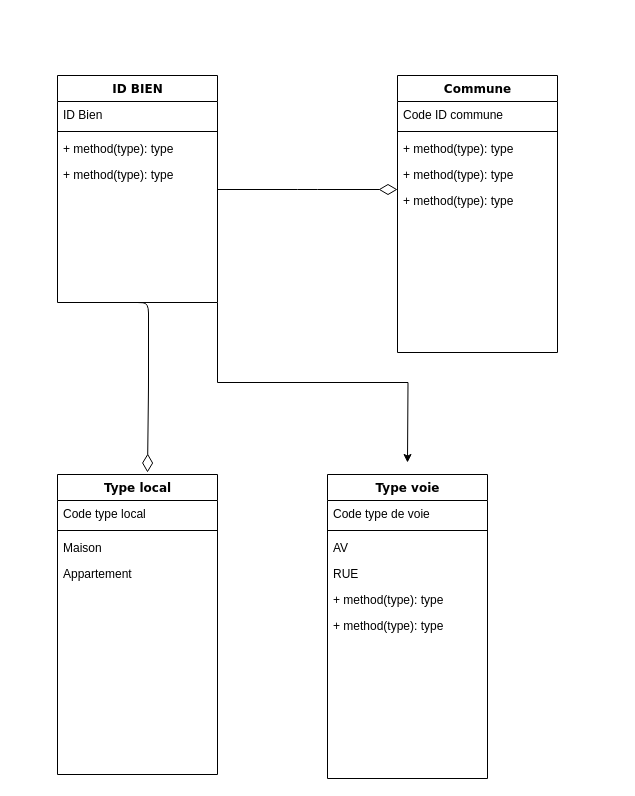
louzhixin/bootstrap keeps this draw.io diagram as .github/ISSUE_TEMPLATE/Untitled Diagram.drawio. Above is the earlier version. Source tidied: cells renumbered, new cells numbered last; positions are measured from the earlier drawing's top-left corner, leaving out a move shared by most shapes. Both pictures are drawn from the tidied source at 100%, with x=0, y=0 at pixel (57, 75).
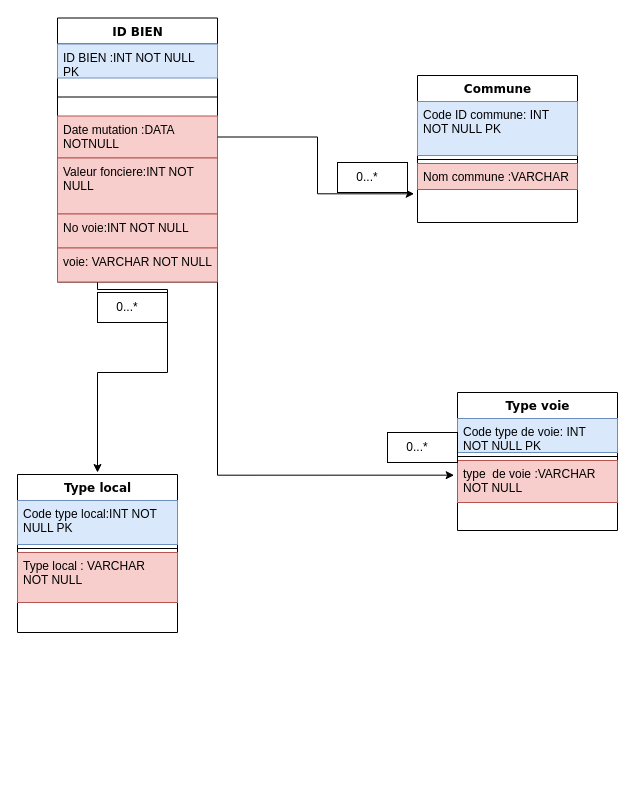
After the change.

Change to the diagram source:
```diff
@@
-    <mxCell id="2" style="edgeStyle=orthogonalEdgeStyle;rounded=0;jettySize=auto;html=1;exitX=1;exitY=1;exitDx=0;exitDy=0;" parent="1" edge="1" source="3">
-      <mxGeometry relative="1" as="geometry">
-        <mxPoint x="350" y="387" as="targetPoint" />
-      </mxGeometry>
+    <mxCell id="2" style="edgeStyle=orthogonalEdgeStyle;rounded=0;jettySize=auto;html=1;exitX=1;exitY=1;exitDx=0;exitDy=0;entryX=-0.021;entryY=0.349;entryDx=0;entryDy=0;entryPerimeter=0;" parent="1" edge="1" source="3" target="22">
+      <mxGeometry relative="1" as="geometry" />
     </mxCell>
+    <mxCell id="28" style="edgeStyle=orthogonalEdgeStyle;rounded=0;jettySize=auto;html=1;exitX=0.25;exitY=1;exitDx=0;exitDy=0;" parent="1" edge="1" source="3">
+      <mxGeometry relative="1" as="geometry">
+        <mxPoint x="40" y="397" as="targetPoint" />
+        <Array as="points">
+          <mxPoint x="110" y="214" />
+          <mxPoint x="110" y="297" />
+          <mxPoint x="40" y="297" />
+        </Array>
+      </mxGeometry>
+    </mxCell>
     <mxCell id="3" value="ID BIEN" style="swimlane;html=1;fontStyle=1;align=center;verticalAlign=top;horizontal=1;startSize=26;swimlaneFillColor=#ffffff;rounded=0;shadow=0;comic=0;labelBackgroundColor=none;strokeWidth=1;fillColor=none;fontFamily=Verdana;fontSize=12;" parent="1" vertex="1">
-      <mxGeometry width="160" height="227" as="geometry" />
+      <mxGeometry y="-57.5" width="160" height="264" as="geometry" />
     </mxCell>
-    <mxCell id="4" value="ID Bien" style="text;html=1;strokeColor=none;fillColor=none;align=left;verticalAlign=top;spacingLeft=4;spacingRight=4;whiteSpace=wrap;overflow=hidden;" parent="3" vertex="1">
-      <mxGeometry y="26" width="160" height="26" as="geometry" />
+    <mxCell id="4" value="ID BIEN :INT NOT NULL PK" style="text;html=1;strokeColor=#6c8ebf;fillColor=#dae8fc;align=left;verticalAlign=top;spacingLeft=4;spacingRight=4;whiteSpace=wrap;overflow=hidden;" parent="3" vertex="1">
+      <mxGeometry y="26" width="160" height="34" as="geometry" />
     </mxCell>
     <mxCell id="5" style="line;html=1;strokeWidth=1;fillColor=none;align=left;verticalAlign=middle;spacingTop=-1;spacingLeft=3;spacingRight=3;labelPosition=right;" parent="3" vertex="1">
-      <mxGeometry y="52" width="160" height="8" as="geometry" />
+      <mxGeometry y="60" width="160" height="38" as="geometry" />
     </mxCell>
-    <mxCell id="6" value="+ method(type): type" style="text;html=1;strokeColor=none;fillColor=none;align=left;verticalAlign=top;spacingLeft=4;spacingRight=4;whiteSpace=wrap;overflow=hidden;points=[[0,0.5],[1,0.5]];portConstraint=eastwest;" parent="3" vertex="1">
-      <mxGeometry y="60" width="160" height="26" as="geometry" />
+    <mxCell id="6" value="Date mutation :DATA NOTNULL" style="text;html=1;strokeColor=#b85450;fillColor=#f8cecc;align=left;verticalAlign=top;spacingLeft=4;spacingRight=4;whiteSpace=wrap;overflow=hidden;points=[[0,0.5],[1,0.5]];portConstraint=eastwest;" parent="3" vertex="1">
+      <mxGeometry y="98" width="160" height="42" as="geometry" />
     </mxCell>
-    <mxCell id="7" value="+ method(type): type" style="text;html=1;strokeColor=none;fillColor=none;align=left;verticalAlign=top;spacingLeft=4;spacingRight=4;whiteSpace=wrap;overflow=hidden;" parent="3" vertex="1">
-      <mxGeometry y="86" width="160" height="26" as="geometry" />
+    <mxCell id="7" value="Valeur fonciere:INT NOT NULL" style="text;html=1;strokeColor=#b85450;fillColor=#f8cecc;align=left;verticalAlign=top;spacingLeft=4;spacingRight=4;whiteSpace=wrap;overflow=hidden;" parent="3" vertex="1">
+      <mxGeometry y="140" width="160" height="56" as="geometry" />
     </mxCell>
+    <mxCell id="29" value="No voie:INT NOT NULL" style="text;html=1;strokeColor=#b85450;fillColor=#f8cecc;align=left;verticalAlign=top;spacingLeft=4;spacingRight=4;whiteSpace=wrap;overflow=hidden;" parent="3" vertex="1">
+      <mxGeometry y="196" width="160" height="34" as="geometry" />
+    </mxCell>
+    <mxCell id="30" value="voie: VARCHAR NOT NULL" style="text;html=1;strokeColor=#b85450;fillColor=#f8cecc;align=left;verticalAlign=top;spacingLeft=4;spacingRight=4;whiteSpace=wrap;overflow=hidden;" parent="3" vertex="1">
+      <mxGeometry y="230" width="160" height="34" as="geometry" />
+    </mxCell>
     <mxCell id="8" value="Commune" style="swimlane;html=1;fontStyle=1;align=center;verticalAlign=top;horizontal=1;startSize=26;swimlaneFillColor=#ffffff;rounded=0;shadow=0;comic=0;labelBackgroundColor=none;strokeWidth=1;fillColor=none;fontFamily=Verdana;fontSize=12;" parent="1" vertex="1">
-      <mxGeometry x="340" width="160" height="277" as="geometry" />
+      <mxGeometry x="360" width="160" height="147" as="geometry" />
     </mxCell>
-    <mxCell id="9" value="Code ID commune" style="text;html=1;strokeColor=none;fillColor=none;align=left;verticalAlign=top;spacingLeft=4;spacingRight=4;whiteSpace=wrap;overflow=hidden;" parent="8" vertex="1">
-      <mxGeometry y="26" width="160" height="26" as="geometry" />
+    <mxCell id="9" value="Code ID commune: INT NOT NULL PK" style="text;html=1;strokeColor=#6c8ebf;fillColor=#dae8fc;align=left;verticalAlign=top;spacingLeft=4;spacingRight=4;whiteSpace=wrap;overflow=hidden;" parent="8" vertex="1">
+      <mxGeometry y="26" width="160" height="54" as="geometry" />
     </mxCell>
     <mxCell id="10" style="line;html=1;strokeWidth=1;fillColor=none;align=left;verticalAlign=middle;spacingTop=-1;spacingLeft=3;spacingRight=3;labelPosition=right;" parent="8" vertex="1">
-      <mxGeometry y="52" width="160" height="8" as="geometry" />
+      <mxGeometry y="80" width="160" height="8" as="geometry" />
     </mxCell>
-    <mxCell id="11" value="+ method(type): type" style="text;html=1;strokeColor=none;fillColor=none;align=left;verticalAlign=top;spacingLeft=4;spacingRight=4;whiteSpace=wrap;overflow=hidden;" parent="8" vertex="1">
-      <mxGeometry y="60" width="160" height="26" as="geometry" />
-    </mxCell>
-    <mxCell id="12" value="+ method(type): type" style="text;html=1;strokeColor=none;fillColor=none;align=left;verticalAlign=top;spacingLeft=4;spacingRight=4;whiteSpace=wrap;overflow=hidden;" parent="8" vertex="1">
-      <mxGeometry y="86" width="160" height="26" as="geometry" />
-    </mxCell>
-    <mxCell id="13" value="+ method(type): type" style="text;html=1;strokeColor=none;fillColor=none;align=left;verticalAlign=top;spacingLeft=4;spacingRight=4;whiteSpace=wrap;overflow=hidden;" parent="8" vertex="1">
-      <mxGeometry y="112" width="160" height="26" as="geometry" />
-    </mxCell>
+    <mxCell id="31" value="Nom commune :VARCHAR" style="text;html=1;strokeColor=#b85450;fillColor=#f8cecc;align=left;verticalAlign=top;spacingLeft=4;spacingRight=4;whiteSpace=wrap;overflow=hidden;points=[[0,0.5],[1,0.5]];portConstraint=eastwest;" parent="8" vertex="1">
+      <mxGeometry y="88" width="160" height="26" as="geometry" />
+    </mxCell>
     <mxCell id="14" value="Type local" style="swimlane;html=1;fontStyle=1;align=center;verticalAlign=top;horizontal=1;startSize=26;swimlaneFillColor=#ffffff;rounded=0;shadow=0;comic=0;labelBackgroundColor=none;strokeWidth=1;fillColor=none;fontFamily=Verdana;fontSize=12;" parent="1" vertex="1">
-      <mxGeometry y="399" width="160" height="300" as="geometry" />
+      <mxGeometry x="-40" y="399" width="160" height="158" as="geometry" />
     </mxCell>
-    <mxCell id="15" value="Code type local" style="text;html=1;strokeColor=none;fillColor=none;align=left;verticalAlign=top;spacingLeft=4;spacingRight=4;whiteSpace=wrap;overflow=hidden;" parent="14" vertex="1">
-      <mxGeometry y="26" width="160" height="26" as="geometry" />
+    <mxCell id="15" value="Code type local:INT NOT NULL PK&amp;nbsp;" style="text;html=1;strokeColor=#6c8ebf;fillColor=#dae8fc;align=left;verticalAlign=top;spacingLeft=4;spacingRight=4;whiteSpace=wrap;overflow=hidden;" parent="14" vertex="1">
+      <mxGeometry y="26" width="160" height="44" as="geometry" />
     </mxCell>
     <mxCell id="16" style="line;html=1;strokeWidth=1;fillColor=none;align=left;verticalAlign=middle;spacingTop=-1;spacingLeft=3;spacingRight=3;labelPosition=right;" parent="14" vertex="1">
-      <mxGeometry y="52" width="160" height="8" as="geometry" />
+      <mxGeometry y="70" width="160" height="8" as="geometry" />
     </mxCell>
-    <mxCell id="17" value="Maison" style="text;html=1;strokeColor=none;fillColor=none;align=left;verticalAlign=top;spacingLeft=4;spacingRight=4;whiteSpace=wrap;overflow=hidden;" parent="14" vertex="1">
-      <mxGeometry y="60" width="160" height="26" as="geometry" />
+    <mxCell id="17" value="Type local : VARCHAR NOT NULL" style="text;html=1;strokeColor=#b85450;fillColor=#f8cecc;align=left;verticalAlign=top;spacingLeft=4;spacingRight=4;whiteSpace=wrap;overflow=hidden;" parent="14" vertex="1">
+      <mxGeometry y="78" width="160" height="50" as="geometry" />
     </mxCell>
-    <mxCell id="18" value="Appartement" style="text;html=1;strokeColor=none;fillColor=none;align=left;verticalAlign=top;spacingLeft=4;spacingRight=4;whiteSpace=wrap;overflow=hidden;" parent="14" vertex="1">
-      <mxGeometry y="86" width="160" height="26" as="geometry" />
-    </mxCell>
     <mxCell id="19" value="Type voie" style="swimlane;html=1;fontStyle=1;align=center;verticalAlign=top;horizontal=1;startSize=26;swimlaneFillColor=#ffffff;rounded=0;shadow=0;comic=0;labelBackgroundColor=none;strokeWidth=1;fillColor=none;fontFamily=Verdana;fontSize=12;" parent="1" vertex="1">
-      <mxGeometry x="270" y="399" width="160" height="304" as="geometry" />
+      <mxGeometry x="400" y="317" width="160" height="138" as="geometry" />
     </mxCell>
-    <mxCell id="20" value="Code type de voie" style="text;html=1;strokeColor=none;fillColor=none;align=left;verticalAlign=top;spacingLeft=4;spacingRight=4;whiteSpace=wrap;overflow=hidden;" parent="19" vertex="1">
-      <mxGeometry y="26" width="160" height="26" as="geometry" />
+    <mxCell id="20" value="Code type de voie: INT NOT NULL PK" style="text;html=1;strokeColor=#6c8ebf;fillColor=#dae8fc;align=left;verticalAlign=top;spacingLeft=4;spacingRight=4;whiteSpace=wrap;overflow=hidden;" parent="19" vertex="1">
+      <mxGeometry y="26" width="160" height="34" as="geometry" />
     </mxCell>
     <mxCell id="21" style="line;html=1;strokeWidth=1;fillColor=none;align=left;verticalAlign=middle;spacingTop=-1;spacingLeft=3;spacingRight=3;labelPosition=right;" parent="19" vertex="1">
-      <mxGeometry y="52" width="160" height="8" as="geometry" />
+      <mxGeometry y="60" width="160" height="8" as="geometry" />
     </mxCell>
-    <mxCell id="22" value="AV" style="text;html=1;strokeColor=none;fillColor=none;align=left;verticalAlign=top;spacingLeft=4;spacingRight=4;whiteSpace=wrap;overflow=hidden;points=[[0,0.5],[1,0.5]];portConstraint=eastwest;" parent="19" vertex="1">
-      <mxGeometry y="60" width="160" height="26" as="geometry" />
+    <mxCell id="22" value="type&amp;nbsp; de voie :VARCHAR NOT NULL" style="text;html=1;strokeColor=#b85450;fillColor=#f8cecc;align=left;verticalAlign=top;spacingLeft=4;spacingRight=4;whiteSpace=wrap;overflow=hidden;points=[[0,0.5],[1,0.5]];portConstraint=eastwest;" parent="19" vertex="1">
+      <mxGeometry y="68" width="160" height="42" as="geometry" />
     </mxCell>
-    <mxCell id="23" value="RUE" style="text;html=1;strokeColor=none;fillColor=none;align=left;verticalAlign=top;spacingLeft=4;spacingRight=4;whiteSpace=wrap;overflow=hidden;" parent="19" vertex="1">
-      <mxGeometry y="86" width="160" height="26" as="geometry" />
-    </mxCell>
-    <mxCell id="24" value="+ method(type): type" style="text;html=1;strokeColor=none;fillColor=none;align=left;verticalAlign=top;spacingLeft=4;spacingRight=4;whiteSpace=wrap;overflow=hidden;" parent="19" vertex="1">
-      <mxGeometry y="112" width="160" height="26" as="geometry" />
-    </mxCell>
-    <mxCell id="25" value="+ method(type): type" style="text;html=1;strokeColor=none;fillColor=none;align=left;verticalAlign=top;spacingLeft=4;spacingRight=4;whiteSpace=wrap;overflow=hidden;" parent="19" vertex="1">
-      <mxGeometry y="138" width="160" height="26" as="geometry" />
-    </mxCell>
-    <mxCell id="26" style="edgeStyle=elbowEdgeStyle;html=1;labelBackgroundColor=none;startFill=0;startSize=8;endArrow=diamondThin;endFill=0;endSize=16;fontFamily=Verdana;fontSize=12;elbow=vertical;" parent="1" edge="1" source="3" target="8">
-      <mxGeometry relative="1" as="geometry" />
-    </mxCell>
-    <mxCell id="27" style="edgeStyle=orthogonalEdgeStyle;html=1;labelBackgroundColor=none;startFill=0;startSize=8;endArrow=diamondThin;endFill=0;endSize=16;fontFamily=Verdana;fontSize=12;elbow=vertical;" parent="1" edge="1">
-      <mxGeometry relative="1" as="geometry">
-        <mxPoint x="80" y="227" as="sourcePoint" />
-        <mxPoint x="90" y="397" as="targetPoint" />
-      </mxGeometry>
-    </mxCell>
+    <mxCell id="32" style="edgeStyle=orthogonalEdgeStyle;rounded=0;jettySize=auto;html=1;entryX=-0.021;entryY=1.167;entryDx=0;entryDy=0;entryPerimeter=0;" parent="1" edge="1" source="6" target="31">
+      <mxGeometry relative="1" as="geometry" />
+    </mxCell>
+    <mxCell id="33" value="0...*&amp;nbsp; &amp;nbsp;" style="whiteSpace=wrap;html=1;" parent="1" vertex="1">
+      <mxGeometry x="280" y="87" width="70" height="30" as="geometry" />
+    </mxCell>
+    <mxCell id="34" value="0...*&amp;nbsp; &amp;nbsp;" style="whiteSpace=wrap;html=1;" parent="1" vertex="1">
+      <mxGeometry x="40" y="217" width="70" height="30" as="geometry" />
+    </mxCell>
+    <mxCell id="35" value="0...*&amp;nbsp; &amp;nbsp;" style="whiteSpace=wrap;html=1;" parent="1" vertex="1">
+      <mxGeometry x="330" y="357" width="70" height="30" as="geometry" />
+    </mxCell>
```
